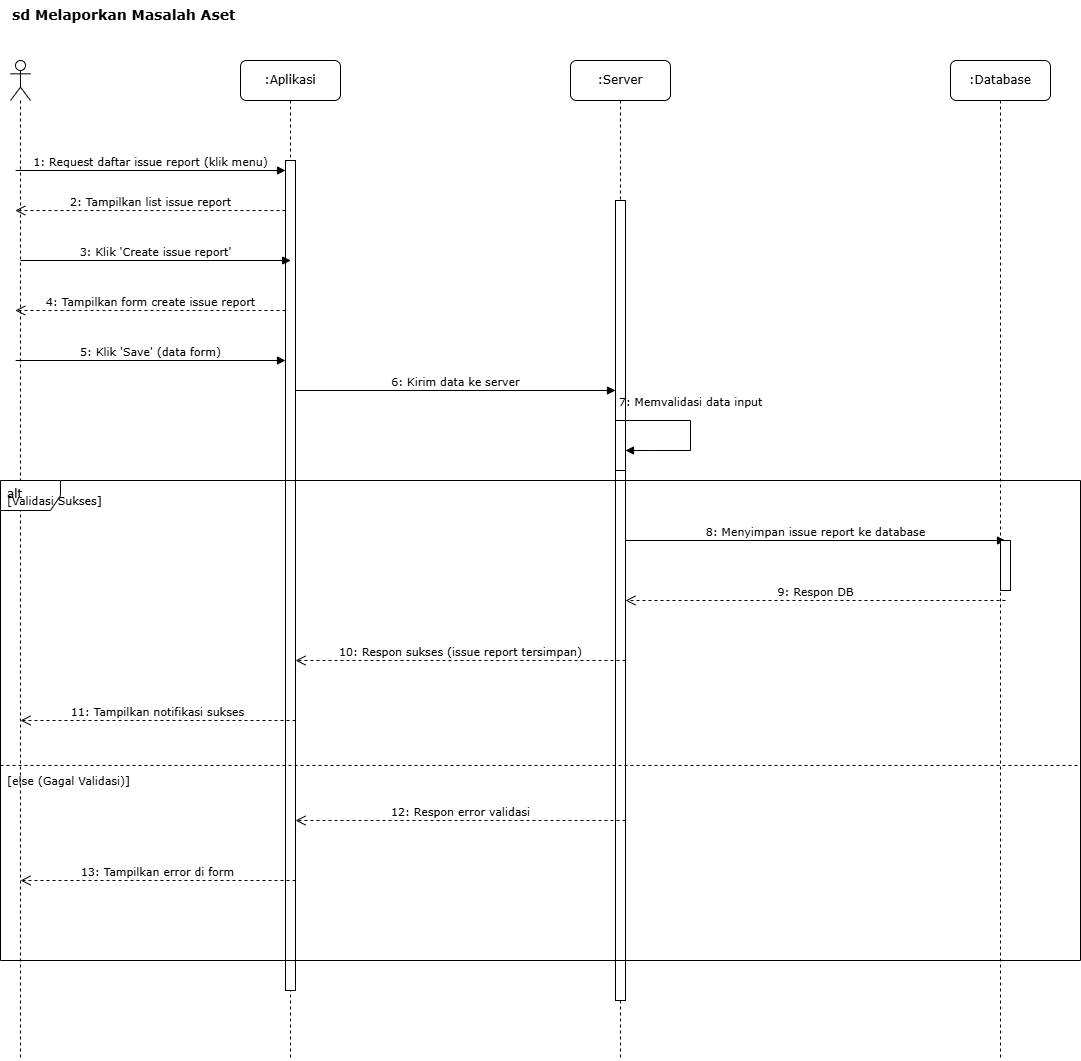
The draw.io diagram Diagram/sequence-diagram-skripsi-melaporkan-masalah-aset.drawio.png in Rizz404/SKRIPSI_V2, before a commit. Source tidied: cells renumbered, new cells last; positions are measured from the earlier drawing's top-left corner, leaving out a move shared by most shapes.
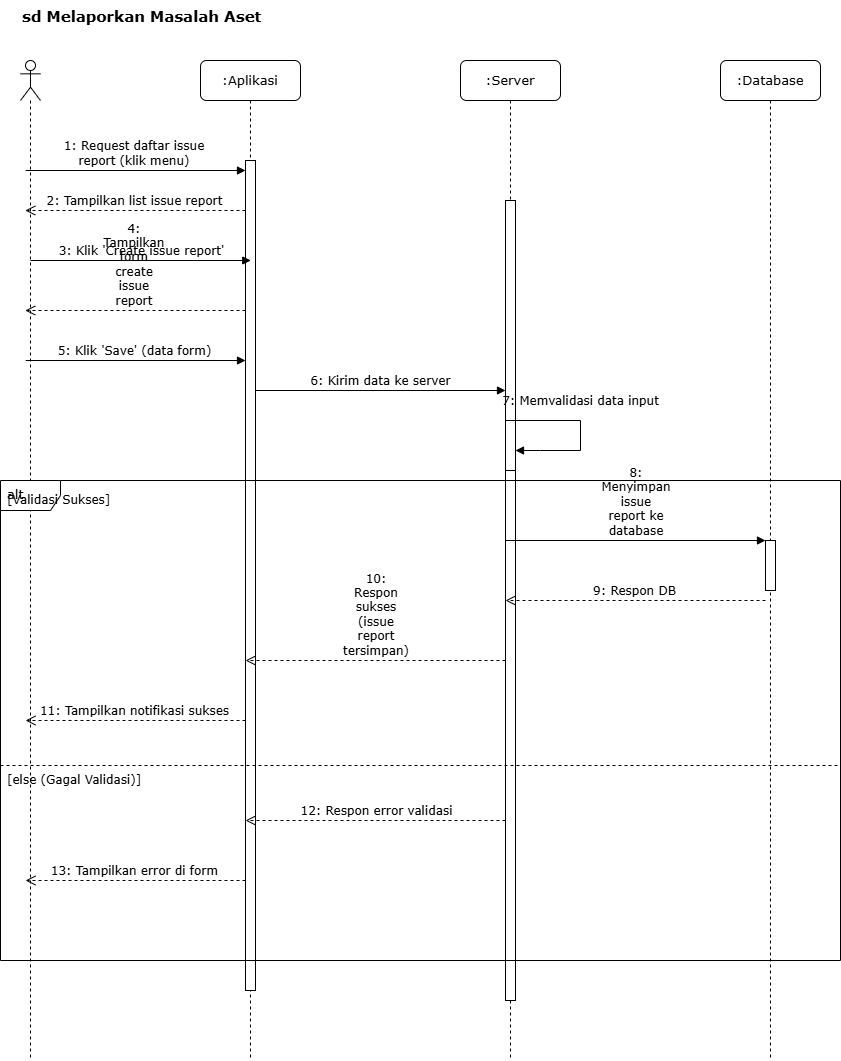
After the change.

The edit, as a diff of the source:
```diff
@@ -2,128 +2,128 @@
   <root>
     <mxCell id="0" />
     <mxCell id="1" parent="0" />
-    <mxCell id="2" value="sd Melaporkan Masalah Aset" style="text;html=1;strokeColor=none;fillColor=none;align=left;verticalAlign=top;whiteSpace=wrap;rounded=0;fontFamily=Verdana;fontSize=14;fontStyle=1;" parent="1" vertex="1">
-      <mxGeometry x="10" width="500" height="30" as="geometry" />
+    <mxCell id="2" value="sd Melaporkan Masalah Aset" style="text;html=1;strokeColor=none;fillColor=none;align=left;verticalAlign=top;whiteSpace=wrap;rounded=0;fontFamily=Verdana;fontSize=15;fontStyle=1;" parent="1" vertex="1">
+      <mxGeometry x="-70" width="500" height="30" as="geometry" />
     </mxCell>
     <mxCell id="3" style="shape=umlLifeline;perimeter=lifelinePerimeter;whiteSpace=wrap;html=1;newEdgeStyle={&quot;curved&quot;:0,&quot;rounded&quot;:0};participant=umlActor;" parent="1" vertex="1">
-      <mxGeometry x="10" y="60" width="20" height="1000" as="geometry" />
+      <mxGeometry x="-70" y="60" width="20" height="1000" as="geometry" />
     </mxCell>
-    <mxCell id="4" value=":Aplikasi" style="shape=umlLifeline;perimeter=lifelinePerimeter;whiteSpace=wrap;html=1;rounded=1;shadow=0;comic=0;labelBackgroundColor=none;strokeWidth=1;fontFamily=Verdana;fontSize=12;align=center;" parent="1" vertex="1">
-      <mxGeometry x="240" y="60" width="100" height="1000" as="geometry" />
+    <mxCell id="4" value=":Aplikasi" style="shape=umlLifeline;perimeter=lifelinePerimeter;whiteSpace=wrap;html=1;rounded=1;shadow=0;comic=0;labelBackgroundColor=none;strokeWidth=1;fontFamily=Verdana;fontSize=13;align=center;" parent="1" vertex="1">
+      <mxGeometry x="110" y="60" width="100" height="1000" as="geometry" />
     </mxCell>
-    <mxCell id="5" value=":Server" style="shape=umlLifeline;perimeter=lifelinePerimeter;whiteSpace=wrap;html=1;rounded=1;shadow=0;comic=0;labelBackgroundColor=none;strokeWidth=1;fontFamily=Verdana;fontSize=12;align=center;" parent="1" vertex="1">
-      <mxGeometry x="570" y="60" width="100" height="1000" as="geometry" />
+    <mxCell id="5" value=":Server" style="shape=umlLifeline;perimeter=lifelinePerimeter;whiteSpace=wrap;html=1;rounded=1;shadow=0;comic=0;labelBackgroundColor=none;strokeWidth=1;fontFamily=Verdana;fontSize=13;align=center;" parent="1" vertex="1">
+      <mxGeometry x="370" y="60" width="100" height="1000" as="geometry" />
     </mxCell>
     <mxCell id="6" style="html=1;perimeter=orthogonalPerimeter;fillColor=#ffffff;strokeColor=#000000;strokeWidth=1;" parent="5" vertex="1">
       <mxGeometry x="45" y="140" width="10" height="800" as="geometry" />
     </mxCell>
-    <mxCell id="7" value=":Database" style="shape=umlLifeline;perimeter=lifelinePerimeter;whiteSpace=wrap;html=1;rounded=1;shadow=0;comic=0;labelBackgroundColor=none;strokeWidth=1;fontFamily=Verdana;fontSize=12;align=center;" parent="1" vertex="1">
-      <mxGeometry x="950" y="60" width="100" height="1000" as="geometry" />
+    <mxCell id="7" value=":Database" style="shape=umlLifeline;perimeter=lifelinePerimeter;whiteSpace=wrap;html=1;rounded=1;shadow=0;comic=0;labelBackgroundColor=none;strokeWidth=1;fontFamily=Verdana;fontSize=13;align=center;" parent="1" vertex="1">
+      <mxGeometry x="630" y="60" width="100" height="1000" as="geometry" />
     </mxCell>
     <mxCell id="8" style="html=1;perimeter=orthogonalPerimeter;fillColor=#ffffff;strokeColor=#000000;strokeWidth=1;" parent="1" vertex="1">
-      <mxGeometry x="285" y="160" width="10" height="830" as="geometry" />
+      <mxGeometry x="155" y="160" width="10" height="830" as="geometry" />
     </mxCell>
-    <mxCell id="9" value="1: Request daftar issue report (klik menu)" style="html=1;verticalAlign=bottom;labelBackgroundColor=none;endArrow=block;rounded=0;fontFamily=Verdana;fontSize=11;" parent="1" edge="1">
+    <mxCell id="9" value="1: Request daftar issue report (klik menu)" style="html=1;verticalAlign=bottom;labelBackgroundColor=none;endArrow=block;rounded=0;fontFamily=Verdana;fontSize=12;whiteSpace=wrap;" parent="1" edge="1">
       <mxGeometry relative="1" as="geometry">
-        <mxPoint x="15.1" y="170" as="sourcePoint" />
-        <mxPoint x="285" y="170" as="targetPoint" />
+        <mxPoint x="-64.9" y="170" as="sourcePoint" />
+        <mxPoint x="155" y="170" as="targetPoint" />
       </mxGeometry>
     </mxCell>
-    <mxCell id="10" value="2: Tampilkan list issue report" style="html=1;verticalAlign=bottom;endArrow=open;dashed=1;endSize=8;labelBackgroundColor=none;fontFamily=Verdana;fontSize=11;" parent="1" edge="1">
+    <mxCell id="10" value="2: Tampilkan list issue report" style="html=1;verticalAlign=bottom;endArrow=open;dashed=1;endSize=8;labelBackgroundColor=none;fontFamily=Verdana;fontSize=12;" parent="1" edge="1">
       <mxGeometry relative="1" as="geometry">
-        <mxPoint x="285" y="210" as="sourcePoint" />
-        <mxPoint x="14.8" y="210" as="targetPoint" />
+        <mxPoint x="155" y="210" as="sourcePoint" />
+        <mxPoint x="-65.2" y="210" as="targetPoint" />
       </mxGeometry>
     </mxCell>
-    <mxCell id="11" value="3: Klik 'Create issue report'" style="html=1;verticalAlign=bottom;labelBackgroundColor=none;endArrow=block;rounded=0;fontFamily=Verdana;fontSize=11;" parent="1" edge="1">
+    <mxCell id="11" value="3: Klik 'Create issue report'" style="html=1;verticalAlign=bottom;labelBackgroundColor=none;endArrow=block;rounded=0;fontFamily=Verdana;fontSize=12;" parent="1" edge="1">
       <mxGeometry relative="1" as="geometry">
-        <mxPoint x="20" y="260" as="sourcePoint" />
-        <mxPoint x="290.2" y="260" as="targetPoint" />
+        <mxPoint x="-60" y="260" as="sourcePoint" />
+        <mxPoint x="160.2" y="260" as="targetPoint" />
       </mxGeometry>
     </mxCell>
-    <mxCell id="12" value="4: Tampilkan form create issue report" style="html=1;verticalAlign=bottom;endArrow=open;dashed=1;endSize=8;labelBackgroundColor=none;fontFamily=Verdana;fontSize=11;" parent="1" edge="1">
+    <mxCell id="12" value="4: Tampilkan form create issue report" style="html=1;verticalAlign=bottom;endArrow=open;dashed=1;endSize=8;labelBackgroundColor=none;fontFamily=Verdana;fontSize=12;whiteSpace=wrap;" parent="1" edge="1">
       <mxGeometry relative="1" as="geometry">
-        <mxPoint x="285" y="310" as="sourcePoint" />
-        <mxPoint x="14.8" y="310" as="targetPoint" />
+        <mxPoint x="155" y="310" as="sourcePoint" />
+        <mxPoint x="-65.2" y="310" as="targetPoint" />
       </mxGeometry>
     </mxCell>
-    <mxCell id="13" value="5: Klik 'Save' (data form)" style="html=1;verticalAlign=bottom;labelBackgroundColor=none;endArrow=block;rounded=0;fontFamily=Verdana;fontSize=11;" parent="1" edge="1">
+    <mxCell id="13" value="5: Klik 'Save' (data form)" style="html=1;verticalAlign=bottom;labelBackgroundColor=none;endArrow=block;rounded=0;fontFamily=Verdana;fontSize=12;" parent="1" edge="1">
       <mxGeometry relative="1" as="geometry">
-        <mxPoint x="15.1" y="360" as="sourcePoint" />
-        <mxPoint x="285" y="360" as="targetPoint" />
+        <mxPoint x="-64.9" y="360" as="sourcePoint" />
+        <mxPoint x="155" y="360" as="targetPoint" />
       </mxGeometry>
     </mxCell>
-    <mxCell id="14" value="6: Kirim data ke server" style="html=1;verticalAlign=bottom;endArrow=block;labelBackgroundColor=none;fontFamily=Verdana;fontSize=11;" parent="1" edge="1">
+    <mxCell id="14" value="6: Kirim data ke server" style="html=1;verticalAlign=bottom;endArrow=block;labelBackgroundColor=none;fontFamily=Verdana;fontSize=12;" parent="1" edge="1">
       <mxGeometry relative="1" as="geometry">
-        <mxPoint x="295" y="390" as="sourcePoint" />
-        <mxPoint x="615" y="390" as="targetPoint" />
+        <mxPoint x="165" y="390" as="sourcePoint" />
+        <mxPoint x="415" y="390" as="targetPoint" />
       </mxGeometry>
     </mxCell>
     <mxCell id="15" style="html=1;perimeter=orthogonalPerimeter;fillColor=#ffffff;strokeColor=#000000;strokeWidth=1;" parent="1" vertex="1">
-      <mxGeometry x="615" y="420" width="10" height="50" as="geometry" />
+      <mxGeometry x="415" y="420" width="10" height="50" as="geometry" />
     </mxCell>
-    <mxCell id="16" value="7: Memvalidasi data input" style="html=1;verticalAlign=bottom;endArrow=block;curved=0;labelBackgroundColor=none;fontFamily=Verdana;fontSize=11;rounded=0;" parent="1" edge="1">
+    <mxCell id="16" value="7: Memvalidasi data input" style="html=1;verticalAlign=bottom;endArrow=block;curved=0;labelBackgroundColor=none;fontFamily=Verdana;fontSize=12;rounded=0;" parent="1" edge="1">
       <mxGeometry x="-0.12" y="-10" relative="1" as="geometry">
-        <mxPoint x="615" y="420" as="sourcePoint" />
-        <mxPoint x="625" y="450" as="targetPoint" />
+        <mxPoint x="415" y="420" as="sourcePoint" />
+        <mxPoint x="425" y="450" as="targetPoint" />
         <Array as="points">
-          <mxPoint x="690" y="420" />
-          <mxPoint x="690" y="450" />
-          <mxPoint x="650" y="450" />
+          <mxPoint x="490" y="420" />
+          <mxPoint x="490" y="450" />
+          <mxPoint x="450" y="450" />
         </Array>
         <mxPoint x="10" y="-10" as="offset" />
       </mxGeometry>
     </mxCell>
-    <mxCell id="17" value="alt" style="shape=umlFrame;whiteSpace=wrap;html=1;verticalAlign=top;align=left;spacingLeft=5;fontFamily=Verdana;fontSize=12;" parent="1" vertex="1">
-      <mxGeometry y="480" width="1080" height="480" as="geometry" />
+    <mxCell id="17" value="alt" style="shape=umlFrame;whiteSpace=wrap;html=1;verticalAlign=top;align=left;spacingLeft=5;fontFamily=Verdana;fontSize=13;" parent="1" vertex="1">
+      <mxGeometry x="-90" y="480" width="840" height="480" as="geometry" />
     </mxCell>
-    <mxCell id="18" value="[Validasi Sukses]" style="text;html=1;align=left;verticalAlign=middle;strokeColor=none;fillColor=none;fontFamily=Verdana;fontSize=11;" parent="17" vertex="1">
-      <mxGeometry x="5" y="5" width="110" height="30" as="geometry" />
+    <mxCell id="18" value="[Validasi Sukses]" style="text;html=1;align=left;verticalAlign=middle;strokeColor=none;fillColor=none;fontFamily=Verdana;fontSize=12;" parent="17" vertex="1">
+      <mxGeometry x="5" y="5" width="120" height="30" as="geometry" />
     </mxCell>
-    <mxCell id="19" value="8: Menyimpan issue report ke database" style="html=1;verticalAlign=bottom;endArrow=block;labelBackgroundColor=none;fontFamily=Verdana;fontSize=11;" parent="17" edge="1">
+    <mxCell id="19" value="8: Menyimpan issue report ke database" style="html=1;verticalAlign=bottom;endArrow=block;labelBackgroundColor=none;fontFamily=Verdana;fontSize=12;whiteSpace=wrap;" parent="17" edge="1">
       <mxGeometry relative="1" as="geometry">
-        <mxPoint x="625" y="60" as="sourcePoint" />
-        <mxPoint x="1005" y="60" as="targetPoint" />
+        <mxPoint x="505" y="60" as="sourcePoint" />
+        <mxPoint x="765" y="60" as="targetPoint" />
       </mxGeometry>
     </mxCell>
-    <mxCell id="20" value="9: Respon DB" style="html=1;verticalAlign=bottom;endArrow=open;dashed=1;endSize=8;labelBackgroundColor=none;fontFamily=Verdana;fontSize=11;" parent="17" edge="1">
+    <mxCell id="20" value="9: Respon DB" style="html=1;verticalAlign=bottom;endArrow=open;dashed=1;endSize=8;labelBackgroundColor=none;fontFamily=Verdana;fontSize=12;" parent="17" edge="1">
       <mxGeometry relative="1" as="geometry">
-        <mxPoint x="1005" y="120" as="sourcePoint" />
-        <mxPoint x="625" y="120" as="targetPoint" />
+        <mxPoint x="765" y="120" as="sourcePoint" />
+        <mxPoint x="505" y="120" as="targetPoint" />
       </mxGeometry>
     </mxCell>
-    <mxCell id="21" value="10: Respon sukses (issue report tersimpan)" style="html=1;verticalAlign=bottom;endArrow=open;dashed=1;endSize=8;labelBackgroundColor=none;fontFamily=Verdana;fontSize=11;" parent="17" edge="1">
+    <mxCell id="21" value="10: Respon sukses (issue report tersimpan)" style="html=1;verticalAlign=bottom;endArrow=open;dashed=1;endSize=8;labelBackgroundColor=none;fontFamily=Verdana;fontSize=12;whiteSpace=wrap;" parent="17" edge="1">
       <mxGeometry relative="1" as="geometry">
-        <mxPoint x="625" y="180" as="sourcePoint" />
-        <mxPoint x="295" y="180" as="targetPoint" />
+        <mxPoint x="505" y="180" as="sourcePoint" />
+        <mxPoint x="245" y="180" as="targetPoint" />
       </mxGeometry>
     </mxCell>
-    <mxCell id="22" value="11: Tampilkan notifikasi sukses" style="html=1;verticalAlign=bottom;endArrow=open;dashed=1;endSize=8;labelBackgroundColor=none;fontFamily=Verdana;fontSize=11;" parent="17" edge="1">
+    <mxCell id="22" value="11: Tampilkan notifikasi sukses" style="html=1;verticalAlign=bottom;endArrow=open;dashed=1;endSize=8;labelBackgroundColor=none;fontFamily=Verdana;fontSize=12;" parent="17" edge="1">
       <mxGeometry relative="1" as="geometry">
-        <mxPoint x="295" y="240" as="sourcePoint" />
-        <mxPoint x="20" y="240" as="targetPoint" />
+        <mxPoint x="245" y="240" as="sourcePoint" />
+        <mxPoint x="25" y="240" as="targetPoint" />
       </mxGeometry>
     </mxCell>
     <mxCell id="23" style="line;html=1;strokeWidth=1;dashed=1;align=center;verticalAlign=middle;" parent="17" vertex="1">
-      <mxGeometry y="280" width="1080" height="10" as="geometry" />
+      <mxGeometry y="280" width="840" height="10" as="geometry" />
     </mxCell>
-    <mxCell id="24" value="[else (Gagal Validasi)]" style="text;html=1;align=left;verticalAlign=middle;strokeColor=none;fillColor=none;fontFamily=Verdana;fontSize=11;" parent="17" vertex="1">
-      <mxGeometry x="5" y="285" width="140" height="30" as="geometry" />
+    <mxCell id="24" value="[else (Gagal Validasi)]" style="text;html=1;align=left;verticalAlign=middle;strokeColor=none;fillColor=none;fontFamily=Verdana;fontSize=12;" parent="17" vertex="1">
+      <mxGeometry x="5" y="285" width="150" height="30" as="geometry" />
     </mxCell>
-    <mxCell id="25" value="12: Respon error validasi" style="html=1;verticalAlign=bottom;endArrow=open;dashed=1;endSize=8;labelBackgroundColor=none;fontFamily=Verdana;fontSize=11;" parent="17" edge="1">
+    <mxCell id="25" value="12: Respon error validasi" style="html=1;verticalAlign=bottom;endArrow=open;dashed=1;endSize=8;labelBackgroundColor=none;fontFamily=Verdana;fontSize=12;" parent="17" edge="1">
       <mxGeometry relative="1" as="geometry">
-        <mxPoint x="625" y="340" as="sourcePoint" />
-        <mxPoint x="295" y="340" as="targetPoint" />
+        <mxPoint x="505" y="340" as="sourcePoint" />
+        <mxPoint x="245" y="340" as="targetPoint" />
       </mxGeometry>
     </mxCell>
-    <mxCell id="26" value="13: Tampilkan error di form" style="html=1;verticalAlign=bottom;endArrow=open;dashed=1;endSize=8;labelBackgroundColor=none;fontFamily=Verdana;fontSize=11;" parent="17" edge="1">
+    <mxCell id="26" value="13: Tampilkan error di form" style="html=1;verticalAlign=bottom;endArrow=open;dashed=1;endSize=8;labelBackgroundColor=none;fontFamily=Verdana;fontSize=12;" parent="17" edge="1">
       <mxGeometry relative="1" as="geometry">
-        <mxPoint x="295" y="400" as="sourcePoint" />
-        <mxPoint x="20" y="400" as="targetPoint" />
+        <mxPoint x="245" y="400" as="sourcePoint" />
+        <mxPoint x="25" y="400" as="targetPoint" />
       </mxGeometry>
     </mxCell>
     <mxCell id="27" style="html=1;perimeter=orthogonalPerimeter;fillColor=#ffffff;strokeColor=#000000;strokeWidth=1;" parent="17" vertex="1">
-      <mxGeometry x="1000" y="60" width="10" height="50" as="geometry" />
+      <mxGeometry x="765" y="60" width="10" height="50" as="geometry" />
     </mxCell>
   </root>
 </mxGraphModel>
```
